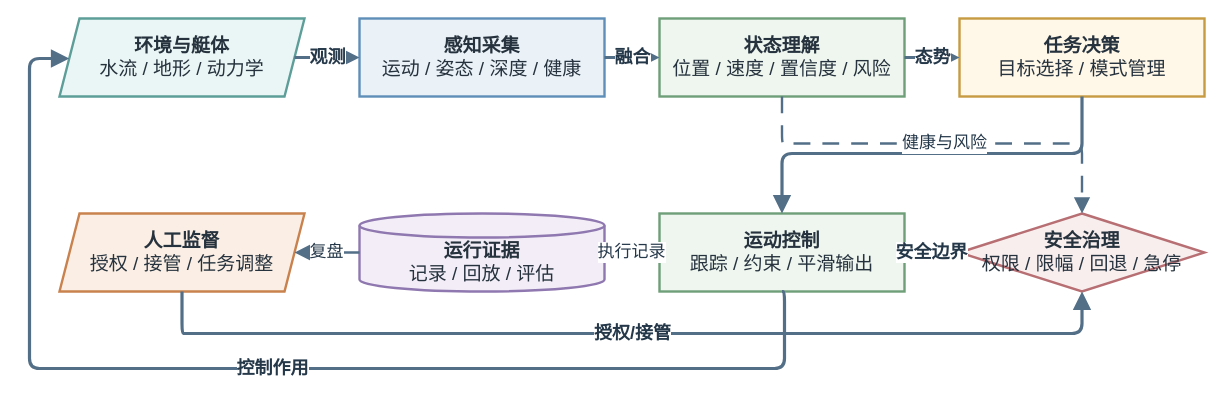
This is docs/thesis/figures/architecture/auv_system_autonomy_functional_loop.drawio from 360ZMEM/AUV-Master-Project, a draw.io file, before an edit. Source tidied: cells renumbered, new cells numbered last; positions are measured from the earlier drawing's top-left corner, leaving out a move shared by most shapes. Both pictures are drawn from the tidied source at 100%, with x=0, y=0 at pixel (29, 18).
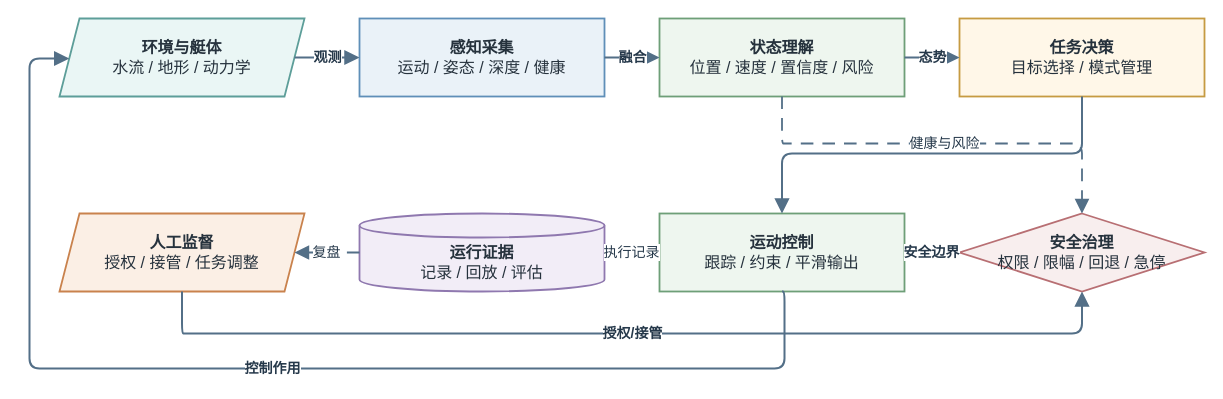
After the change.

What changed in the source:
```diff
@@
-    <mxCell id="2" value="&lt;b&gt;环境与艇体&lt;/b&gt;&lt;br&gt;水流 / 地形 / 动力学" style="shape=parallelogram;perimeter=parallelogramPerimeter;fixedSize=1;whiteSpace=wrap;html=1;align=center;verticalAlign=middle;fillColor=#EAF6F5;strokeColor=#5D9E99;strokeWidth=2.4;spacing=8;fontFamily=Songti SC;fontSize=19;fontColor=#26323D;" parent="1" vertex="1">
+    <mxCell id="2" value="&lt;b&gt;环境与艇体&lt;/b&gt;&lt;br&gt;水流 / 地形 / 动力学" style="shape=parallelogram;perimeter=parallelogramPerimeter;fixedSize=1;whiteSpace=wrap;html=1;align=center;verticalAlign=middle;fillColor=#EAF6F5;strokeColor=#5D9E99;strokeWidth=1.8;spacing=8;fontFamily=Songti SC;fontSize=16;fontColor=#26323D;" parent="1" vertex="1">
       <mxGeometry x="30" width="245" height="78" as="geometry" />
     </mxCell>
-    <mxCell id="3" value="&lt;b&gt;感知采集&lt;/b&gt;&lt;br&gt;运动 / 姿态 / 深度 / 健康" style="rounded=0;whiteSpace=wrap;html=1;align=center;verticalAlign=middle;fillColor=#EAF2F8;strokeColor=#5F8FB8;strokeWidth=2.4;spacing=8;fontFamily=Songti SC;fontSize=19;fontColor=#26323D;" parent="1" vertex="1">
+    <mxCell id="3" value="&lt;b&gt;感知采集&lt;/b&gt;&lt;br&gt;运动 / 姿态 / 深度 / 健康" style="rounded=0;whiteSpace=wrap;html=1;align=center;verticalAlign=middle;fillColor=#EAF2F8;strokeColor=#5F8FB8;strokeWidth=1.8;spacing=8;fontFamily=Songti SC;fontSize=16;fontColor=#26323D;" parent="1" vertex="1">
       <mxGeometry x="330" width="245" height="78" as="geometry" />
     </mxCell>
-    <mxCell id="4" value="&lt;b&gt;状态理解&lt;/b&gt;&lt;br&gt;位置 / 速度 / 置信度 / 风险" style="rounded=0;whiteSpace=wrap;html=1;align=center;verticalAlign=middle;fillColor=#EEF6EF;strokeColor=#6E9F78;strokeWidth=2.4;spacing=8;fontFamily=Songti SC;fontSize=19;fontColor=#26323D;" parent="1" vertex="1">
+    <mxCell id="4" value="&lt;b&gt;状态理解&lt;/b&gt;&lt;br&gt;位置 / 速度 / 置信度 / 风险" style="rounded=0;whiteSpace=wrap;html=1;align=center;verticalAlign=middle;fillColor=#EEF6EF;strokeColor=#6E9F78;strokeWidth=1.8;spacing=8;fontFamily=Songti SC;fontSize=16;fontColor=#26323D;" parent="1" vertex="1">
       <mxGeometry x="630" width="245" height="78" as="geometry" />
     </mxCell>
-    <mxCell id="5" value="&lt;b&gt;任务决策&lt;/b&gt;&lt;br&gt;目标选择 / 模式管理" style="rounded=0;whiteSpace=wrap;html=1;align=center;verticalAlign=middle;fillColor=#FFF7E8;strokeColor=#C69B42;strokeWidth=2.4;spacing=8;fontFamily=Songti SC;fontSize=19;fontColor=#26323D;" parent="1" vertex="1">
+    <mxCell id="5" value="&lt;b&gt;任务决策&lt;/b&gt;&lt;br&gt;目标选择 / 模式管理" style="rounded=0;whiteSpace=wrap;html=1;align=center;verticalAlign=middle;fillColor=#FFF7E8;strokeColor=#C69B42;strokeWidth=1.8;spacing=8;fontFamily=Songti SC;fontSize=16;fontColor=#26323D;" parent="1" vertex="1">
       <mxGeometry x="930" width="245" height="78" as="geometry" />
     </mxCell>
-    <mxCell id="6" value="&lt;b&gt;运动控制&lt;/b&gt;&lt;br&gt;跟踪 / 约束 / 平滑输出" style="rounded=0;whiteSpace=wrap;html=1;align=center;verticalAlign=middle;fillColor=#EEF6EF;strokeColor=#6E9F78;strokeWidth=2.4;spacing=8;fontFamily=Songti SC;fontSize=19;fontColor=#26323D;" parent="1" vertex="1">
+    <mxCell id="6" value="&lt;b&gt;运动控制&lt;/b&gt;&lt;br&gt;跟踪 / 约束 / 平滑输出" style="rounded=0;whiteSpace=wrap;html=1;align=center;verticalAlign=middle;fillColor=#EEF6EF;strokeColor=#6E9F78;strokeWidth=1.8;spacing=8;fontFamily=Songti SC;fontSize=16;fontColor=#26323D;" parent="1" vertex="1">
       <mxGeometry x="630" y="195" width="245" height="78" as="geometry" />
     </mxCell>
-    <mxCell id="7" value="&lt;b&gt;安全治理&lt;/b&gt;&lt;br&gt;权限 / 限幅 / 回退 / 急停" style="rhombus;whiteSpace=wrap;html=1;align=center;verticalAlign=middle;fillColor=#F8EEEE;strokeColor=#B86F73;strokeWidth=2.4;spacing=8;fontFamily=Songti SC;fontSize=19;fontColor=#26323D;" parent="1" vertex="1">
+    <mxCell id="7" value="&lt;b&gt;安全治理&lt;/b&gt;&lt;br&gt;权限 / 限幅 / 回退 / 急停" style="rhombus;whiteSpace=wrap;html=1;align=center;verticalAlign=middle;fillColor=#F8EEEE;strokeColor=#B86F73;strokeWidth=1.8;spacing=8;fontFamily=Songti SC;fontSize=16;fontColor=#26323D;" parent="1" vertex="1">
       <mxGeometry x="930" y="195" width="245" height="78" as="geometry" />
     </mxCell>
-    <mxCell id="8" value="&lt;b&gt;人工监督&lt;/b&gt;&lt;br&gt;授权 / 接管 / 任务调整" style="shape=parallelogram;perimeter=parallelogramPerimeter;fixedSize=1;whiteSpace=wrap;html=1;align=center;verticalAlign=middle;fillColor=#FBEFE5;strokeColor=#C9824D;strokeWidth=2.4;spacing=8;fontFamily=Songti SC;fontSize=19;fontColor=#26323D;" parent="1" vertex="1">
+    <mxCell id="8" value="&lt;b&gt;人工监督&lt;/b&gt;&lt;br&gt;授权 / 接管 / 任务调整" style="shape=parallelogram;perimeter=parallelogramPerimeter;fixedSize=1;whiteSpace=wrap;html=1;align=center;verticalAlign=middle;fillColor=#FBEFE5;strokeColor=#C9824D;strokeWidth=1.8;spacing=8;fontFamily=Songti SC;fontSize=16;fontColor=#26323D;" parent="1" vertex="1">
       <mxGeometry x="30" y="195" width="245" height="78" as="geometry" />
     </mxCell>
-    <mxCell id="9" value="&lt;b&gt;运行证据&lt;/b&gt;&lt;br&gt;记录 / 回放 / 评估" style="shape=cylinder3;boundedLbl=1;backgroundOutline=1;size=12;whiteSpace=wrap;html=1;align=center;verticalAlign=middle;fillColor=#F2EDF7;strokeColor=#8F78AF;strokeWidth=2.4;spacing=8;fontFamily=Songti SC;fontSize=19;fontColor=#26323D;" parent="1" vertex="1">
+    <mxCell id="9" value="&lt;b&gt;运行证据&lt;/b&gt;&lt;br&gt;记录 / 回放 / 评估" style="shape=cylinder3;boundedLbl=1;backgroundOutline=1;size=12;whiteSpace=wrap;html=1;align=center;verticalAlign=middle;fillColor=#F2EDF7;strokeColor=#8F78AF;strokeWidth=1.8;spacing=8;fontFamily=Songti SC;fontSize=16;fontColor=#26323D;" parent="1" vertex="1">
       <mxGeometry x="330" y="195" width="245" height="78" as="geometry" />
     </mxCell>
-    <mxCell id="10" value="观测" style="edgeStyle=orthogonalEdgeStyle;rounded=1;jettySize=auto;html=1;strokeColor=#536F87;strokeWidth=3.2;fontFamily=Songti SC;fontSize=18;fontStyle=1;fontColor=#25384A;labelBackgroundColor=#FFFFFF;labelBorderColor=none;endArrow=block;endFill=1;endSize=10;exitX=1;entryX=0;" parent="1" edge="1" source="2" target="3">
+    <mxCell id="10" value="观测" style="edgeStyle=orthogonalEdgeStyle;rounded=1;jettySize=auto;html=1;strokeColor=#536F87;strokeWidth=2.0;fontFamily=Songti SC;fontSize=14;fontStyle=1;fontColor=#25384A;labelBackgroundColor=#FFFFFF;labelBorderColor=none;endArrow=block;endFill=1;endSize=10;exitX=1;entryX=0;" parent="1" edge="1" source="2" target="3">
       <mxGeometry relative="1" as="geometry" />
     </mxCell>
-    <mxCell id="11" value="融合" style="edgeStyle=orthogonalEdgeStyle;rounded=1;jettySize=auto;html=1;strokeColor=#536F87;strokeWidth=3.2;fontFamily=Songti SC;fontSize=18;fontStyle=1;fontColor=#25384A;labelBackgroundColor=#FFFFFF;labelBorderColor=none;endArrow=block;endFill=1;endSize=10;exitX=1;entryX=0;" parent="1" edge="1" source="3" target="4">
+    <mxCell id="11" value="融合" style="edgeStyle=orthogonalEdgeStyle;rounded=1;jettySize=auto;html=1;strokeColor=#536F87;strokeWidth=2.0;fontFamily=Songti SC;fontSize=14;fontStyle=1;fontColor=#25384A;labelBackgroundColor=#FFFFFF;labelBorderColor=none;endArrow=block;endFill=1;endSize=10;exitX=1;entryX=0;" parent="1" edge="1" source="3" target="4">
       <mxGeometry relative="1" as="geometry" />
     </mxCell>
-    <mxCell id="12" value="态势" style="edgeStyle=orthogonalEdgeStyle;rounded=1;jettySize=auto;html=1;strokeColor=#536F87;strokeWidth=3.2;fontFamily=Songti SC;fontSize=18;fontStyle=1;fontColor=#25384A;labelBackgroundColor=#FFFFFF;labelBorderColor=none;endArrow=block;endFill=1;endSize=10;exitX=1;entryX=0;" parent="1" edge="1" source="4" target="5">
+    <mxCell id="12" value="态势" style="edgeStyle=orthogonalEdgeStyle;rounded=1;jettySize=auto;html=1;strokeColor=#536F87;strokeWidth=2.0;fontFamily=Songti SC;fontSize=14;fontStyle=1;fontColor=#25384A;labelBackgroundColor=#FFFFFF;labelBorderColor=none;endArrow=block;endFill=1;endSize=10;exitX=1;entryX=0;" parent="1" edge="1" source="4" target="5">
       <mxGeometry relative="1" as="geometry" />
     </mxCell>
-    <mxCell id="13" style="edgeStyle=orthogonalEdgeStyle;rounded=1;jettySize=auto;html=1;strokeColor=#536F87;strokeWidth=3.2;fontFamily=Songti SC;fontSize=18;fontStyle=1;fontColor=#25384A;labelBackgroundColor=#FFFFFF;labelBorderColor=none;endArrow=block;endFill=1;endSize=10;exitX=0.5;exitY=1;entryX=0.5;entryY=0;" parent="1" edge="1" source="5" target="6">
+    <mxCell id="13" style="edgeStyle=orthogonalEdgeStyle;rounded=1;jettySize=auto;html=1;strokeColor=#536F87;strokeWidth=2.0;fontFamily=Songti SC;fontSize=14;fontStyle=1;fontColor=#25384A;labelBackgroundColor=#FFFFFF;labelBorderColor=none;endArrow=block;endFill=1;endSize=10;exitX=0.5;exitY=1;entryX=0.5;entryY=0;" parent="1" edge="1" source="5" target="6">
       <mxGeometry relative="1" as="geometry">
         <Array as="points">
           <mxPoint x="1053" y="135" />
           <mxPoint x="753" y="135" />
         </Array>
       </mxGeometry>
     </mxCell>
-    <mxCell id="14" value="控制作用" style="edgeStyle=orthogonalEdgeStyle;rounded=1;jettySize=auto;html=1;strokeColor=#536F87;strokeWidth=3.2;fontFamily=Songti SC;fontSize=18;fontStyle=1;fontColor=#25384A;labelBackgroundColor=#FFFFFF;labelBorderColor=none;endArrow=block;endFill=1;endSize=10;exitX=0.5;exitY=1;entryX=0;" parent="1" edge="1" source="6" target="2">
+    <mxCell id="14" value="控制作用" style="edgeStyle=orthogonalEdgeStyle;rounded=1;jettySize=auto;html=1;strokeColor=#536F87;strokeWidth=2.0;fontFamily=Songti SC;fontSize=14;fontStyle=1;fontColor=#25384A;labelBackgroundColor=#FFFFFF;labelBorderColor=none;endArrow=block;endFill=1;endSize=10;exitX=0.5;exitY=1;entryX=0;" parent="1" edge="1" source="6" target="2">
       <mxGeometry relative="1" as="geometry">
         <Array as="points">
           <mxPoint x="755" y="350" />
           <mxPoint y="350" />
           <mxPoint y="40" />
         </Array>
       </mxGeometry>
     </mxCell>
-    <mxCell id="15" value="授权/接管" style="edgeStyle=orthogonalEdgeStyle;rounded=1;jettySize=auto;html=1;strokeColor=#536F87;strokeWidth=3.2;fontFamily=Songti SC;fontSize=18;fontStyle=1;fontColor=#25384A;labelBackgroundColor=#FFFFFF;labelBorderColor=none;endArrow=block;endFill=1;endSize=10;exitX=0.5;exitY=1;entryX=0.5;entryY=1;" parent="1" edge="1" source="8" target="7">
+    <mxCell id="15" value="授权/接管" style="edgeStyle=orthogonalEdgeStyle;rounded=1;jettySize=auto;html=1;strokeColor=#536F87;strokeWidth=2.0;fontFamily=Songti SC;fontSize=14;fontStyle=1;fontColor=#25384A;labelBackgroundColor=#FFFFFF;labelBorderColor=none;endArrow=block;endFill=1;endSize=10;exitX=0.5;exitY=1;entryX=0.5;entryY=1;" parent="1" edge="1" source="8" target="7">
       <mxGeometry relative="1" as="geometry">
         <Array as="points">
           <mxPoint x="155" y="315" />
           <mxPoint x="1055" y="315" />
         </Array>
       </mxGeometry>
     </mxCell>
-    <mxCell id="16" value="安全边界" style="edgeStyle=orthogonalEdgeStyle;rounded=1;jettySize=auto;html=1;strokeColor=#536F87;strokeWidth=3.2;fontFamily=Songti SC;fontSize=18;fontStyle=1;fontColor=#25384A;labelBackgroundColor=#FFFFFF;labelBorderColor=none;endArrow=block;endFill=1;endSize=10;exitX=0;entryX=1;" parent="1" edge="1" source="7" target="6">
+    <mxCell id="16" value="安全边界" style="edgeStyle=orthogonalEdgeStyle;rounded=1;jettySize=auto;html=1;strokeColor=#536F87;strokeWidth=2.0;fontFamily=Songti SC;fontSize=14;fontStyle=1;fontColor=#25384A;labelBackgroundColor=#FFFFFF;labelBorderColor=none;endArrow=block;endFill=1;endSize=10;exitX=0;entryX=1;" parent="1" edge="1" source="7" target="6">
       <mxGeometry relative="1" as="geometry" />
     </mxCell>
-    <mxCell id="17" value="健康与风险" style="edgeStyle=orthogonalEdgeStyle;rounded=1;jettySize=auto;html=1;strokeColor=#536F87;strokeWidth=2.4;fontFamily=Songti SC;fontSize=17;fontColor=#25384A;labelBackgroundColor=#FFFFFF;labelBorderColor=none;endArrow=block;endFill=1;endSize=10;dashed=1;dashPattern=7 5;exitX=0.5;exitY=1;entryX=0.5;entryY=0;" parent="1" edge="1" source="4" target="7">
+    <mxCell id="17" value="健康与风险" style="edgeStyle=orthogonalEdgeStyle;rounded=1;jettySize=auto;html=1;strokeColor=#536F87;strokeWidth=1.8;fontFamily=Songti SC;fontSize=14;fontColor=#25384A;labelBackgroundColor=#FFFFFF;labelBorderColor=none;endArrow=block;endFill=1;endSize=10;dashed=1;dashPattern=7 5;exitX=0.5;exitY=1;entryX=0.5;entryY=0;" parent="1" edge="1" source="4" target="7">
       <mxGeometry relative="1" as="geometry">
         <Array as="points">
           <mxPoint x="755" y="125" />
           <mxPoint x="1055" y="125" />
         </Array>
       </mxGeometry>
     </mxCell>
-    <mxCell id="18" value="执行记录" style="edgeStyle=orthogonalEdgeStyle;rounded=1;jettySize=auto;html=1;strokeColor=#536F87;strokeWidth=2.4;fontFamily=Songti SC;fontSize=17;fontColor=#25384A;labelBackgroundColor=#FFFFFF;labelBorderColor=none;endArrow=block;endFill=1;endSize=10;dashed=1;dashPattern=7 5;exitX=0;entryX=1;" parent="1" edge="1" source="6" target="9">
+    <mxCell id="18" value="执行记录" style="edgeStyle=orthogonalEdgeStyle;rounded=1;jettySize=auto;html=1;strokeColor=#536F87;strokeWidth=1.8;fontFamily=Songti SC;fontSize=14;fontColor=#25384A;labelBackgroundColor=#FFFFFF;labelBorderColor=none;endArrow=block;endFill=1;endSize=10;dashed=1;dashPattern=7 5;exitX=0;entryX=1;" parent="1" edge="1" source="6" target="9">
       <mxGeometry relative="1" as="geometry" />
     </mxCell>
-    <mxCell id="19" value="复盘" style="edgeStyle=orthogonalEdgeStyle;rounded=1;jettySize=auto;html=1;strokeColor=#536F87;strokeWidth=2.4;fontFamily=Songti SC;fontSize=17;fontColor=#25384A;labelBackgroundColor=#FFFFFF;labelBorderColor=none;endArrow=block;endFill=1;endSize=10;dashed=1;dashPattern=7 5;exitX=0;entryX=1;" parent="1" edge="1" source="9" target="8">
+    <mxCell id="19" value="复盘" style="edgeStyle=orthogonalEdgeStyle;rounded=1;jettySize=auto;html=1;strokeColor=#536F87;strokeWidth=1.8;fontFamily=Songti SC;fontSize=14;fontColor=#25384A;labelBackgroundColor=#FFFFFF;labelBorderColor=none;endArrow=block;endFill=1;endSize=10;dashed=1;dashPattern=7 5;exitX=0;entryX=1;" parent="1" edge="1" source="9" target="8">
       <mxGeometry relative="1" as="geometry" />
     </mxCell>
```
